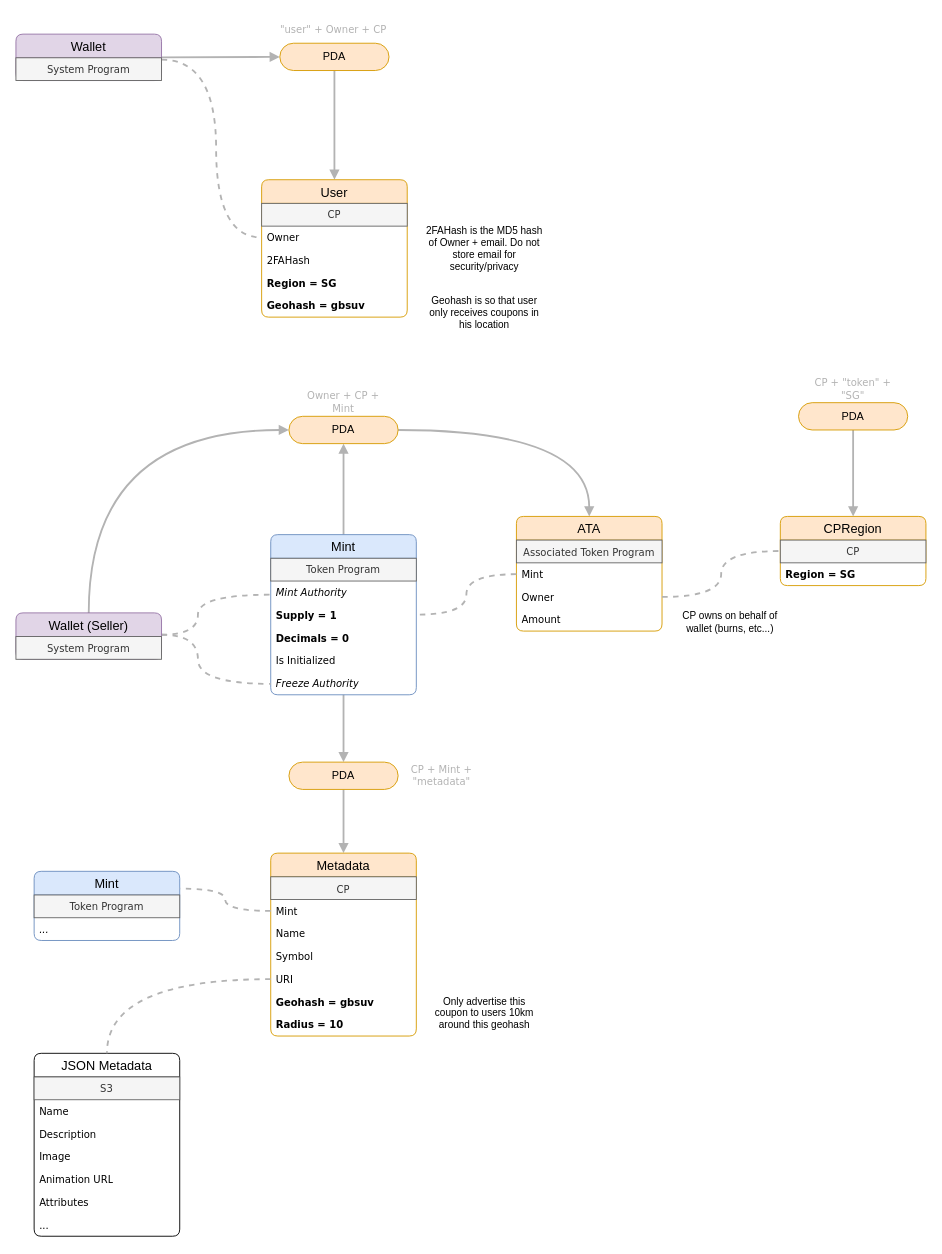
This is RFCs/accounts.drawio from HMXHIU/christmas, a draw.io file, before an edit. Source tidied: cells renumbered, new cells numbered last; positions are measured from the earlier drawing's top-left corner, leaving out a move shared by most shapes. Both pictures are drawn from the tidied source at 91%, with x=0, y=0 at pixel (15, 15).
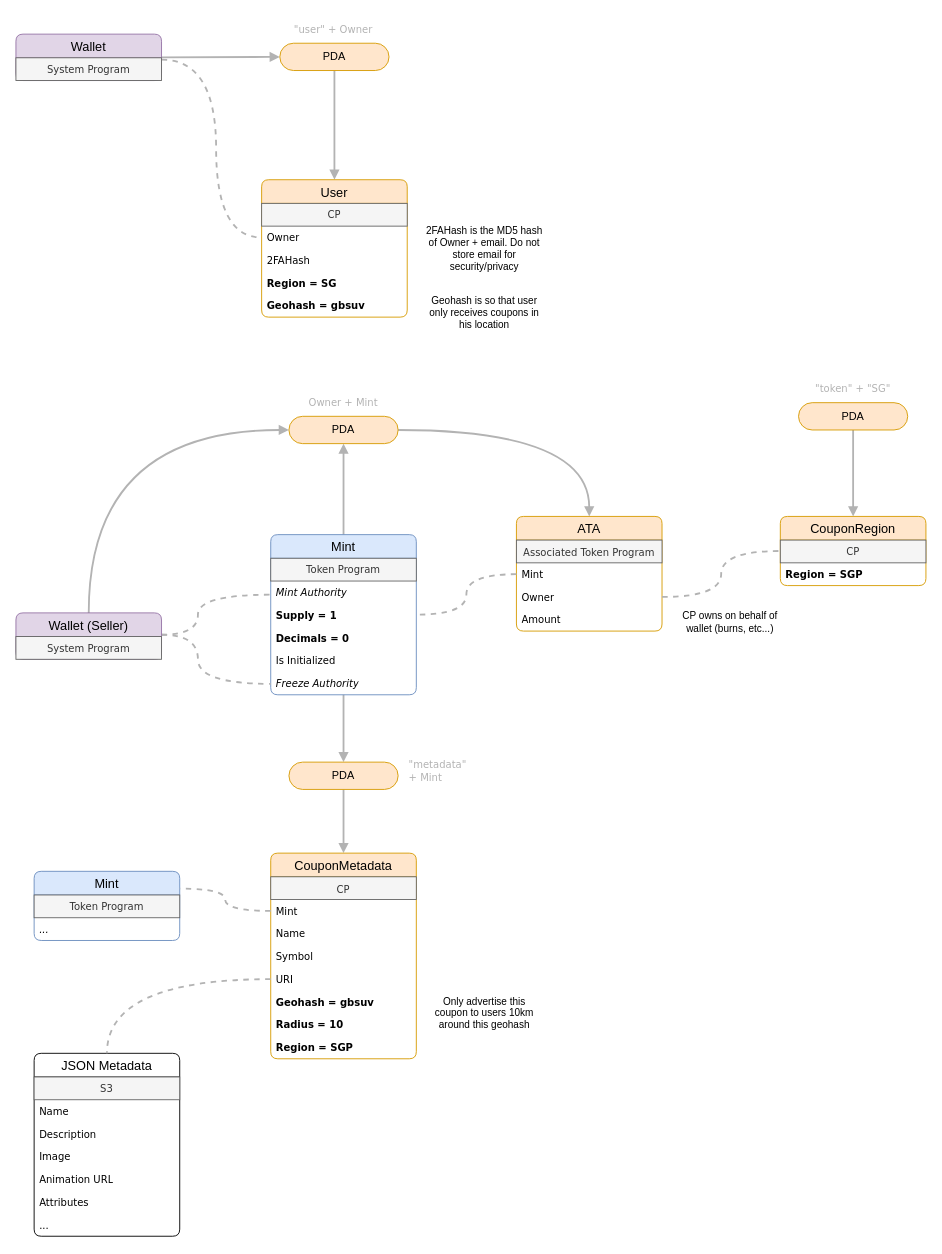
The same diagram, later.

Commit message (it also covers changes not shown here):
CP-005: Add CreateCouponMint, CouponMetadata, create_coupon_mint

Change to the diagram source:
```diff
@@
-    <mxCell id="14" value="&quot;user&quot; + Owner + CP" style="text;html=1;strokeColor=none;fillColor=none;align=center;verticalAlign=middle;whiteSpace=wrap;rounded=0;fontFamily=Verdana;fontColor=#B3B3B3;fontStyle=0;fontSize=11;" parent="1" vertex="1">
+    <mxCell id="14" value="&quot;user&quot; + Owner" style="text;html=1;strokeColor=none;fillColor=none;align=center;verticalAlign=middle;whiteSpace=wrap;rounded=0;fontFamily=Verdana;fontColor=#B3B3B3;fontStyle=0;fontSize=11;" parent="1" vertex="1">
       <mxGeometry x="280" width="138" height="30" as="geometry" />
     </mxCell>
@@
-    <mxCell id="31" value="Owner + CP + Mint" style="text;html=1;strokeColor=none;fillColor=none;align=center;verticalAlign=middle;whiteSpace=wrap;rounded=0;fontFamily=Verdana;fontColor=#B3B3B3;fontStyle=0;fontSize=11;" parent="1" vertex="1">
+    <mxCell id="31" value="Owner + Mint" style="text;html=1;strokeColor=none;fillColor=none;align=center;verticalAlign=middle;whiteSpace=wrap;rounded=0;fontFamily=Verdana;fontColor=#B3B3B3;fontStyle=0;fontSize=11;" parent="1" vertex="1">
       <mxGeometry x="312" y="410" width="96" height="30" as="geometry" />
     </mxCell>
@@
-    <mxCell id="38" value="CPRegion" style="swimlane;fontStyle=0;horizontal=1;startSize=26;align=center;fontSize=14;fillColor=#ffe6cc;strokeColor=#d79b00;arcSize=10;rounded=1;" parent="1" vertex="1">
+    <mxCell id="38" value="CouponRegion" style="swimlane;fontStyle=0;horizontal=1;startSize=26;align=center;fontSize=14;fillColor=#ffe6cc;strokeColor=#d79b00;arcSize=10;rounded=1;" parent="1" vertex="1">
       <mxGeometry x="840" y="550" width="160" height="76" as="geometry" />
     </mxCell>
@@
-    <mxCell id="40" value="&lt;b&gt;Region = SG&lt;/b&gt;" style="text;spacingLeft=4;spacingRight=4;overflow=hidden;fontSize=11;whiteSpace=wrap;html=1;align=left;fontFamily=Verdana;" parent="38" vertex="1">
+    <mxCell id="40" value="&lt;b&gt;Region = SGP&lt;/b&gt;" style="text;spacingLeft=4;spacingRight=4;overflow=hidden;fontSize=11;whiteSpace=wrap;html=1;align=left;fontFamily=Verdana;" parent="38" vertex="1">
       <mxGeometry y="51" width="160" height="25" as="geometry" />
     </mxCell>
@@
-    <mxCell id="45" value="CP + &quot;token&quot; + &quot;SG&quot;" style="text;html=1;strokeColor=none;fillColor=none;align=center;verticalAlign=middle;whiteSpace=wrap;rounded=0;fontFamily=Verdana;fontColor=#B3B3B3;fontStyle=0;fontSize=11;" parent="1" vertex="1">
+    <mxCell id="45" value="&quot;token&quot; + &quot;SG&quot;" style="text;html=1;strokeColor=none;fillColor=none;align=center;verticalAlign=middle;whiteSpace=wrap;rounded=0;fontFamily=Verdana;fontColor=#B3B3B3;fontStyle=0;fontSize=11;" parent="1" vertex="1">
       <mxGeometry x="872" y="395" width="96" height="30" as="geometry" />
     </mxCell>
@@
-    <mxCell id="48" value="Metadata" style="swimlane;fontStyle=0;horizontal=1;startSize=26;align=center;fontSize=14;fillColor=#ffe6cc;strokeColor=#d79b00;arcSize=10;rounded=1;" parent="1" vertex="1">
-      <mxGeometry x="280" y="920" width="160" height="201" as="geometry" />
+    <mxCell id="48" value="CouponMetadata" style="swimlane;fontStyle=0;horizontal=1;startSize=26;align=center;fontSize=14;fillColor=#ffe6cc;strokeColor=#d79b00;arcSize=10;rounded=1;" parent="1" vertex="1">
+      <mxGeometry x="280" y="920" width="160" height="226" as="geometry" />
     </mxCell>
@@
+    <mxCell id="73" value="&lt;span style=&quot;font-size: 11px;&quot;&gt;&lt;b&gt;Region = SGP&lt;/b&gt;&lt;/span&gt;" style="text;spacingLeft=4;spacingRight=4;overflow=hidden;fontSize=11;whiteSpace=wrap;html=1;align=left;fontFamily=Verdana;" parent="48" vertex="1">
+      <mxGeometry y="201" width="160" height="25" as="geometry" />
+    </mxCell>
-    <mxCell id="56" value="CP + Mint + &quot;metadata&quot;" style="text;html=1;strokeColor=none;fillColor=none;align=center;verticalAlign=middle;whiteSpace=wrap;rounded=0;fontFamily=Verdana;fontColor=#B3B3B3;fontStyle=0;fontSize=11;" parent="1" vertex="1">
-      <mxGeometry x="420" y="820" width="96" height="30" as="geometry" />
+    <mxCell id="56" value="&quot;metadata&quot;&lt;br&gt;+ Mint" style="text;html=1;strokeColor=none;fillColor=none;align=left;verticalAlign=middle;whiteSpace=wrap;rounded=0;fontFamily=Verdana;fontColor=#B3B3B3;fontStyle=0;fontSize=11;" parent="1" vertex="1">
+      <mxGeometry x="430" y="810" width="80" height="40" as="geometry" />
     </mxCell>
```
